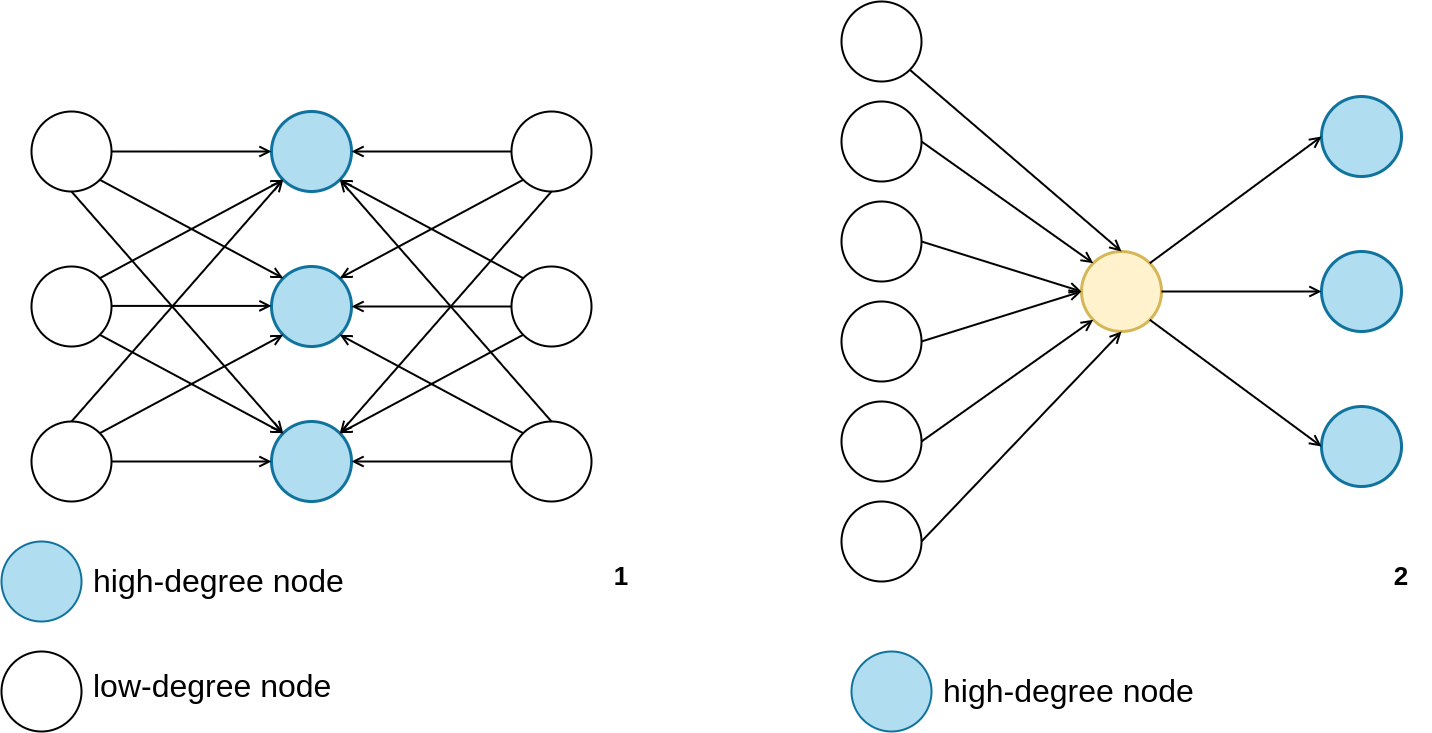
The draw.io diagram img/dedensification.png in Razyapoo/KGBClusteringDocumentation, before a commit. Source tidied: cells renumbered, new cells last; positions are measured from the earlier drawing's top-left corner, leaving out a move shared by most shapes.
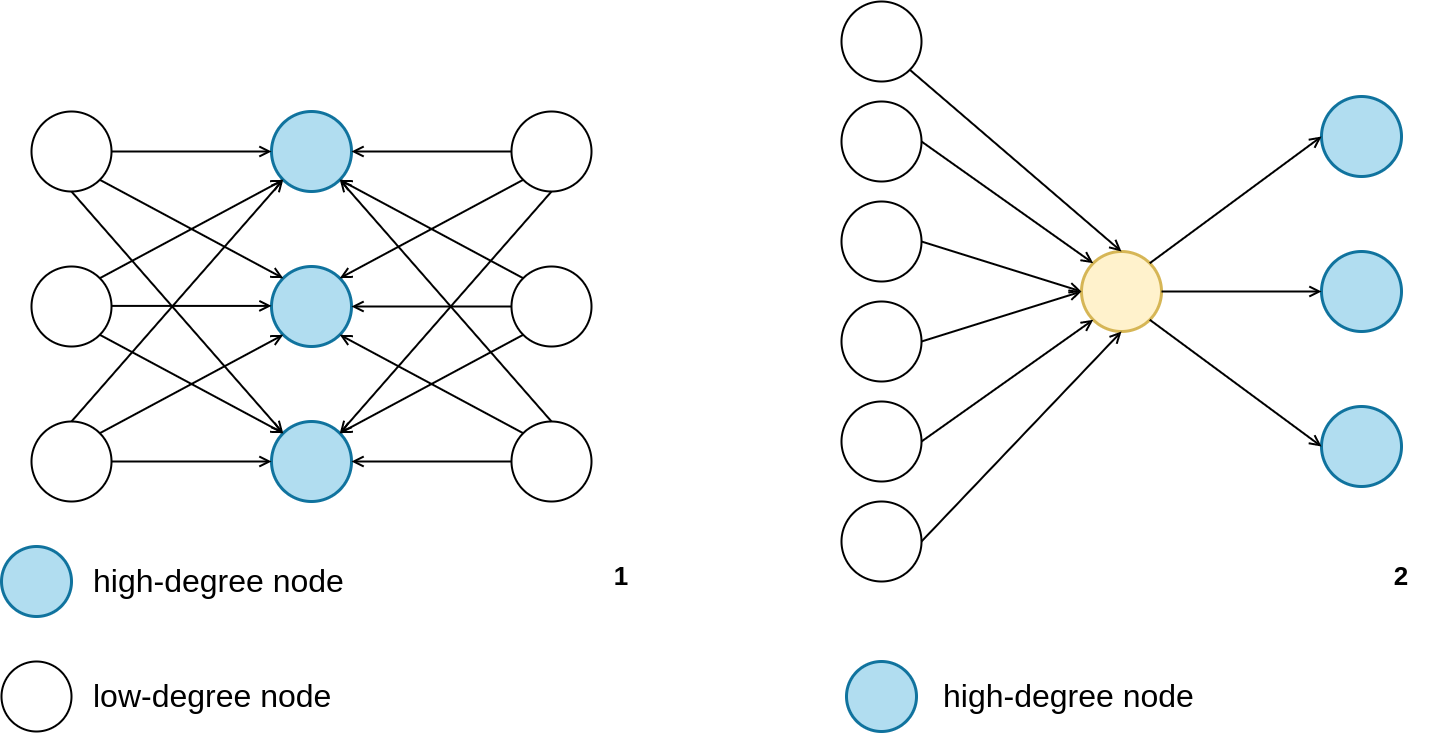
The same file after the commit.

Commit message:
change size of dedensification image

The edit, as a diff of the source:
```diff
@@ -86,17 +86,17 @@
     <mxCell id="28" style="endArrow=open;html=1;rounded=0;fontSize=28;fontColor=#97D077;exitX=0;exitY=0;exitDx=0;exitDy=0;entryX=1;entryY=1;entryDx=0;entryDy=0;strokeWidth=2;endFill=0;startSize=6;jumpSize=8;jumpStyle=none;endSize=8;" parent="1" edge="1" source="10" target="6">
       <mxGeometry relative="1" as="geometry" />
     </mxCell>
-    <mxCell id="29" style="ellipse;whiteSpace=wrap;html=1;strokeWidth=2;fontSize=28;fillColor=#b1ddf0;strokeColor=#10739e;" parent="1" vertex="1">
-      <mxGeometry y="540" width="80" height="80" as="geometry" />
+    <mxCell id="29" style="ellipse;whiteSpace=wrap;html=1;strokeWidth=3;fontSize=28;fillColor=#b1ddf0;strokeColor=#10739e;" parent="1" vertex="1">
+      <mxGeometry y="545" width="70" height="70" as="geometry" />
     </mxCell>
     <mxCell id="30" style="ellipse;whiteSpace=wrap;html=1;strokeColor=#000000;strokeWidth=2;fontSize=28;fontColor=#97D077;fillColor=none;" parent="1" vertex="1">
-      <mxGeometry y="650" width="80" height="80" as="geometry" />
+      <mxGeometry y="660" width="70" height="70" as="geometry" />
     </mxCell>
     <mxCell id="31" value="high-degree node" style="text;html=1;strokeColor=none;fillColor=none;align=left;verticalAlign=middle;whiteSpace=wrap;rounded=0;fontSize=32;fontColor=#000000;" parent="1" vertex="1">
       <mxGeometry x="90" y="565" width="290" height="30" as="geometry" />
     </mxCell>
     <mxCell id="32" value="low-degree node" style="text;html=1;strokeColor=none;fillColor=none;align=left;verticalAlign=middle;whiteSpace=wrap;rounded=0;fontSize=32;fontColor=#000000;" parent="1" vertex="1">
-      <mxGeometry x="90" y="670" width="320" height="30" as="geometry" />
+      <mxGeometry x="90" y="680" width="320" height="30" as="geometry" />
     </mxCell>
     <mxCell id="33" value="1" style="text;html=1;strokeColor=none;fillColor=none;align=center;verticalAlign=middle;whiteSpace=wrap;rounded=0;fontSize=26;fontColor=#000000;fontStyle=1;" parent="1" vertex="1">
       <mxGeometry x="590" y="560" width="60" height="30" as="geometry" />
@@ -161,11 +161,11 @@
     <mxCell id="53" value="2" style="text;html=1;strokeColor=none;fillColor=none;align=center;verticalAlign=middle;whiteSpace=wrap;rounded=0;fontSize=26;fontColor=#000000;fontStyle=1;" parent="1" vertex="1">
       <mxGeometry x="1370" y="560" width="60" height="30" as="geometry" />
     </mxCell>
-    <mxCell id="54" style="ellipse;whiteSpace=wrap;html=1;strokeWidth=2;fontSize=28;fillColor=#b1ddf0;strokeColor=#10739e;" parent="1" vertex="1">
-      <mxGeometry x="850" y="650" width="80" height="80" as="geometry" />
+    <mxCell id="54" style="ellipse;whiteSpace=wrap;html=1;strokeWidth=3;fontSize=28;fillColor=#b1ddf0;strokeColor=#10739e;" parent="1" vertex="1">
+      <mxGeometry x="845" y="660" width="70" height="70" as="geometry" />
     </mxCell>
     <mxCell id="55" value="high-degree node" style="text;html=1;strokeColor=none;fillColor=none;align=left;verticalAlign=middle;whiteSpace=wrap;rounded=0;fontSize=32;fontColor=#000000;" parent="1" vertex="1">
-      <mxGeometry x="940" y="675" width="290" height="30" as="geometry" />
+      <mxGeometry x="940" y="680" width="290" height="30" as="geometry" />
     </mxCell>
   </root>
 </mxGraphModel>
```
